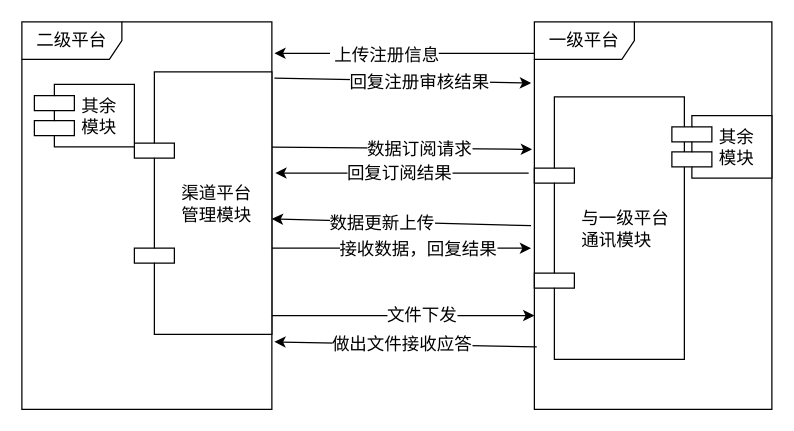
Before: IOT-communication.drawio in waterwatermelon/graph, a draw.io diagram. Source tidied: cells renumbered, new cells numbered last; positions are measured from the earlier drawing's top-left corner, leaving out a move shared by most shapes. Both pictures are drawn from the tidied source at 125%, with x=0, y=0 at pixel (21, 21).
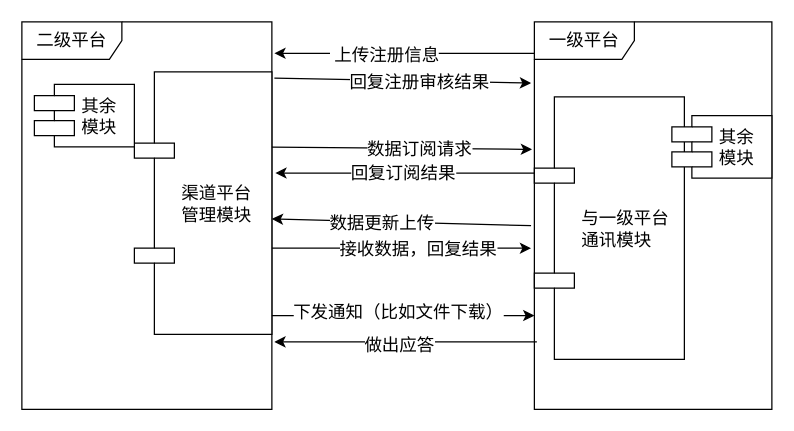
After the change.

Unchanged cells that the change refers to:
```xml
<mxCell id="2" value="&lt;font style=&quot;font-size: 14px&quot;&gt;二级平台&lt;/font&gt;" style="shape=umlFrame;whiteSpace=wrap;html=1;width=80;height=30;" parent="1" vertex="1">
  <mxGeometry width="200" height="310" as="geometry" />
</mxCell>
<mxCell id="3" value="&lt;font style=&quot;font-size: 14px&quot;&gt;一级平台&lt;/font&gt;" style="shape=umlFrame;whiteSpace=wrap;html=1;width=80;height=30;" parent="1" vertex="1">
  <mxGeometry x="410" width="190" height="310" as="geometry" />
</mxCell>
<mxCell id="5" value="与一级平台&#10;通讯模块" style="shape=component;align=left;spacingLeft=36;fontSize=14;" parent="1" vertex="1">
  <mxGeometry x="410" y="60" width="120" height="210" as="geometry" />
</mxCell>
<mxCell id="14" style="endArrow=classic;html=1;fontSize=14;entryX=0;entryY=0.758;entryDx=0;entryDy=0;entryPerimeter=0;exitX=1;exitY=0.758;exitDx=0;exitDy=0;exitPerimeter=0;" parent="1" edge="1" source="2" target="3">
  <mxGeometry relative="1" as="geometry" />
</mxCell>
```

Diff of the diagram source:
```diff
@@
-    <mxCell id="15" value="&lt;span&gt;文件下发&lt;/span&gt;&lt;br&gt;" style="text;html=1;align=center;verticalAlign=middle;labelBackgroundColor=#ffffff;fontSize=14;" parent="14" vertex="1">
-      <mxGeometry x="0.13" relative="1" as="geometry" />
+    <mxCell id="15" value="下发通知（比如文件下载）&lt;br&gt;" style="text;html=1;align=center;verticalAlign=middle;labelBackgroundColor=#ffffff;fontSize=14;" parent="14" vertex="1">
+      <mxGeometry x="0.13" relative="1" as="geometry">
+        <mxPoint x="-19" y="-3" as="offset" />
+      </mxGeometry>
     </mxCell>
@@
-    <mxCell id="20" style="endArrow=classic;html=1;fontSize=14;exitX=0.01;exitY=0.839;exitDx=0;exitDy=0;exitPerimeter=0;" parent="1" edge="1" source="3">
+    <mxCell id="20" style="endArrow=classic;html=1;fontSize=14;" parent="1" edge="1">
       <mxGeometry relative="1" as="geometry">
+        <mxPoint x="412" y="256" as="sourcePoint" />
         <mxPoint x="202" y="256" as="targetPoint" />
       </mxGeometry>
     </mxCell>
-    <mxCell id="21" value="做出文件接收应答" style="text;html=1;align=center;verticalAlign=middle;labelBackgroundColor=#ffffff;fontSize=14;" parent="20" vertex="1">
+    <mxCell id="21" value="做出应答" style="text;html=1;align=center;verticalAlign=middle;labelBackgroundColor=#ffffff;fontSize=14;" parent="20" vertex="1">
       <mxGeometry x="0.24" y="5" relative="1" as="geometry">
-        <mxPoint x="22" y="-5" as="offset" />
+        <mxPoint x="19" y="-2.5" as="offset" />
       </mxGeometry>
     </mxCell>
-    <mxCell id="22" style="endArrow=classic;html=1;fontSize=14;exitX=-0.024;exitY=0.39;exitDx=0;exitDy=0;exitPerimeter=0;entryX=1.014;entryY=0.39;entryDx=0;entryDy=0;entryPerimeter=0;" parent="1" edge="1" source="3" target="2">
+    <mxCell id="22" style="endArrow=classic;html=1;fontSize=14;exitX=0;exitY=0.29;exitDx=0;exitDy=0;exitPerimeter=0;entryX=1.014;entryY=0.39;entryDx=0;entryDy=0;entryPerimeter=0;" parent="1" edge="1" source="5" target="2">
       <mxGeometry relative="1" as="geometry" />
     </mxCell>
```
